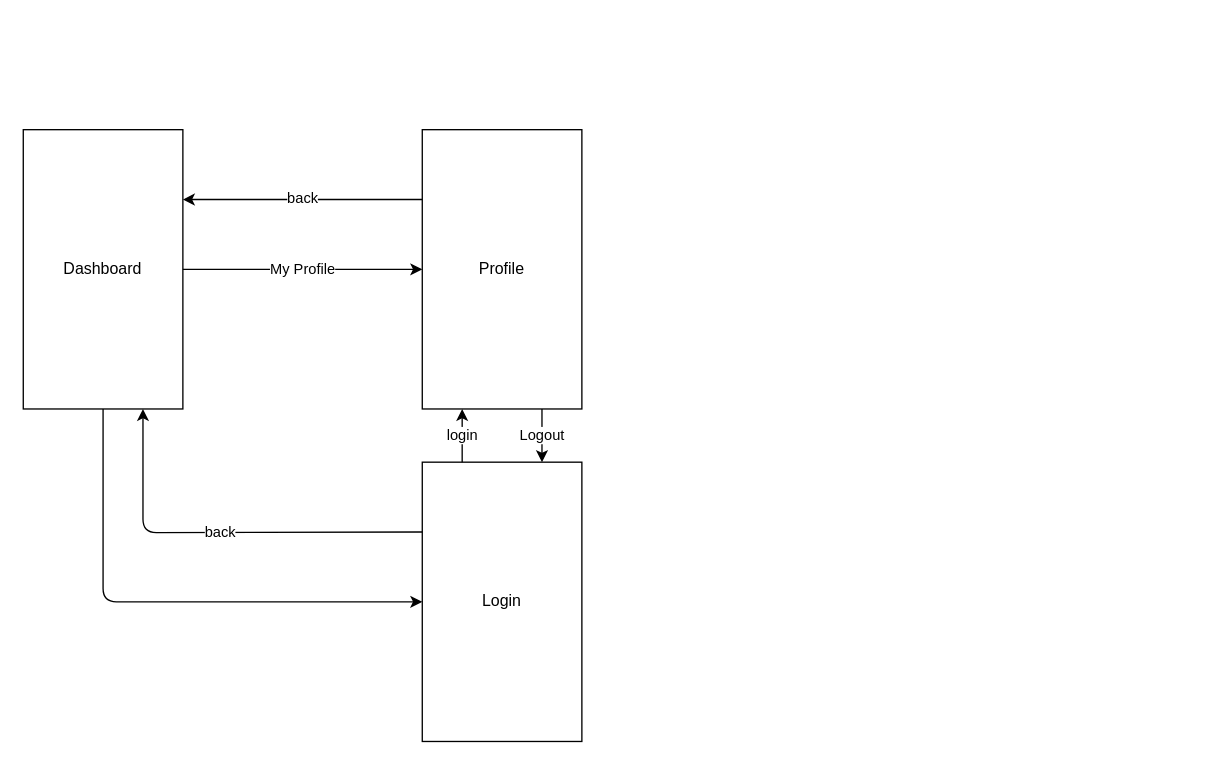
The draw.io diagram 초안.drawio in Yun-SeYeong/BakeApplication, before the edit. Source tidied: cells renumbered, new cells numbered last; positions are measured from the earlier drawing's top-left corner, leaving out a move shared by most shapes. Both pictures are drawn from the tidied source at 133%, with x=0, y=0 at pixel (23, 129).
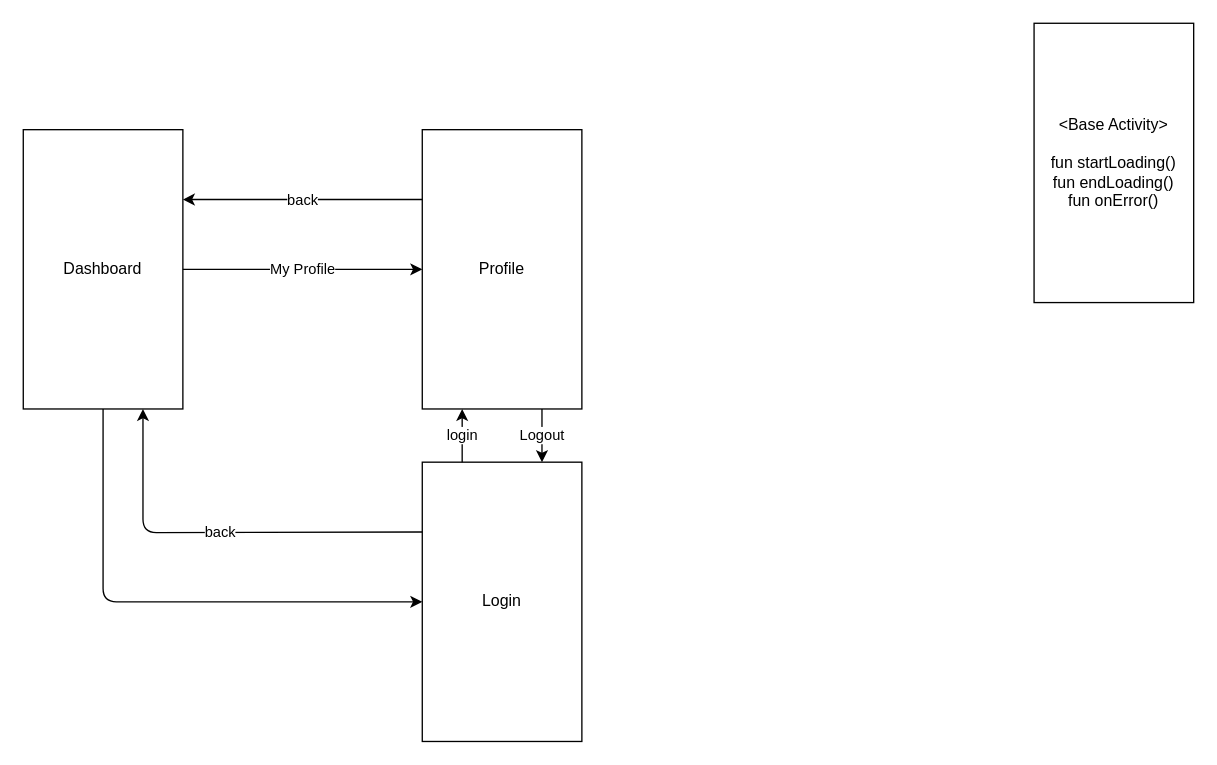
After the change.

Change to the diagram source:
```diff
@@
 <mxGraphModel>
   <root>
     <mxCell id="0" />
     <mxCell id="1" parent="0" />
     <mxCell id="2" value="Dashboard" style="rounded=0;whiteSpace=wrap;html=1;" parent="1" vertex="1">
       <mxGeometry width="120" height="210" as="geometry" />
     </mxCell>
     <mxCell id="3" value="Profile" style="rounded=0;whiteSpace=wrap;html=1;" parent="1" vertex="1">
       <mxGeometry x="300" width="120" height="210" as="geometry" />
     </mxCell>
     <mxCell id="4" value="My Profile" style="endArrow=classic;html=1;exitX=1;exitY=0.5;exitDx=0;exitDy=0;" parent="1" edge="1" source="2" target="3">
       <mxGeometry relative="1" as="geometry" />
     </mxCell>
     <mxCell id="5" value="Login" style="rounded=0;whiteSpace=wrap;html=1;" parent="1" vertex="1">
       <mxGeometry x="300" y="250" width="120" height="210" as="geometry" />
     </mxCell>
     <mxCell id="6" style="endArrow=classic;html=1;exitX=0.5;exitY=1;exitDx=0;exitDy=0;entryX=0;entryY=0.5;entryDx=0;entryDy=0;" parent="1" edge="1" source="2" target="5">
       <mxGeometry relative="1" as="geometry">
         <Array as="points">
           <mxPoint x="60" y="355" />
         </Array>
       </mxGeometry>
     </mxCell>
     <mxCell id="7" value="login" style="endArrow=classic;html=1;exitX=0.25;exitY=0;exitDx=0;exitDy=0;entryX=0.25;entryY=1;entryDx=0;entryDy=0;" parent="1" edge="1" source="5" target="3">
       <mxGeometry relative="1" as="geometry" />
     </mxCell>
     <mxCell id="8" value="Logout" style="endArrow=classic;html=1;entryX=0.75;entryY=0;entryDx=0;entryDy=0;exitX=0.75;exitY=1;exitDx=0;exitDy=0;" parent="1" edge="1" source="3" target="5">
       <mxGeometry relative="1" as="geometry" />
     </mxCell>
     <mxCell id="9" value="back" style="endArrow=classic;html=1;exitX=0;exitY=0.25;exitDx=0;exitDy=0;entryX=1;entryY=0.25;entryDx=0;entryDy=0;" parent="1" edge="1" source="3" target="2">
       <mxGeometry relative="1" as="geometry" />
     </mxCell>
     <mxCell id="10" value="back" style="endArrow=classic;html=1;exitX=0;exitY=0.25;exitDx=0;exitDy=0;entryX=0.75;entryY=1;entryDx=0;entryDy=0;" parent="1" edge="1" source="5" target="2">
       <mxGeometry relative="1" as="geometry">
         <Array as="points">
           <mxPoint x="90" y="303" />
         </Array>
       </mxGeometry>
     </mxCell>
+    <mxCell id="11" value="&amp;lt;Base Activity&amp;gt;&lt;br&gt;&lt;br&gt;fun startLoading()&lt;br&gt;fun endLoading()&lt;br&gt;fun onError()" style="rounded=0;whiteSpace=wrap;html=1;" parent="1" vertex="1">
+      <mxGeometry x="760" y="-80" width="120" height="210" as="geometry" />
+    </mxCell>
   </root>
 </mxGraphModel>
```
